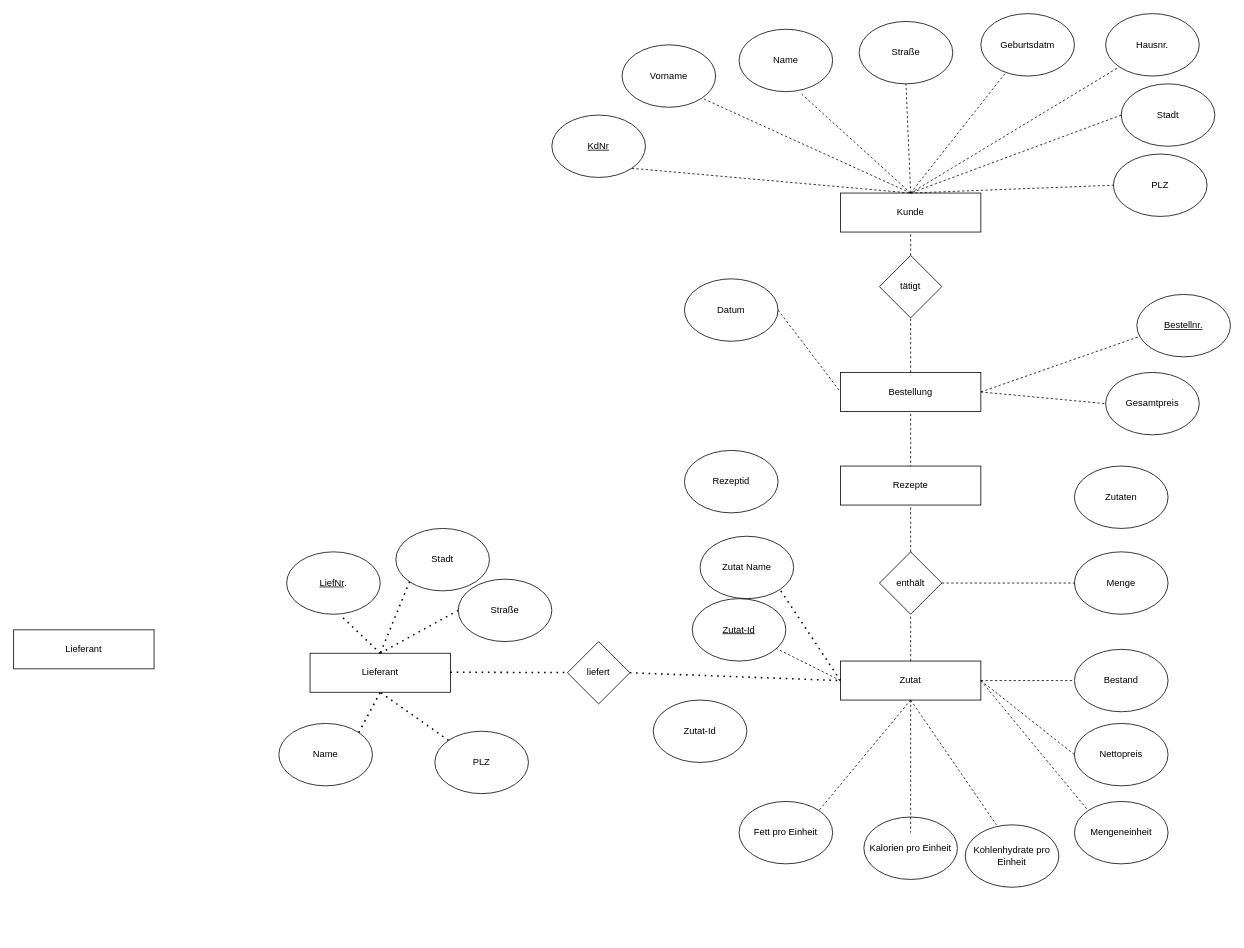
Earlier version of the draw.io diagram Untitled Diagram.drawio (AlassaneBenjamin/Alassane). Source tidied: cells renumbered, new cells numbered last; positions are measured from the earlier drawing's top-left corner, leaving out a move shared by most shapes. Both pictures are drawn from the tidied source at 78%, with x=0, y=0 at pixel (13, 13).
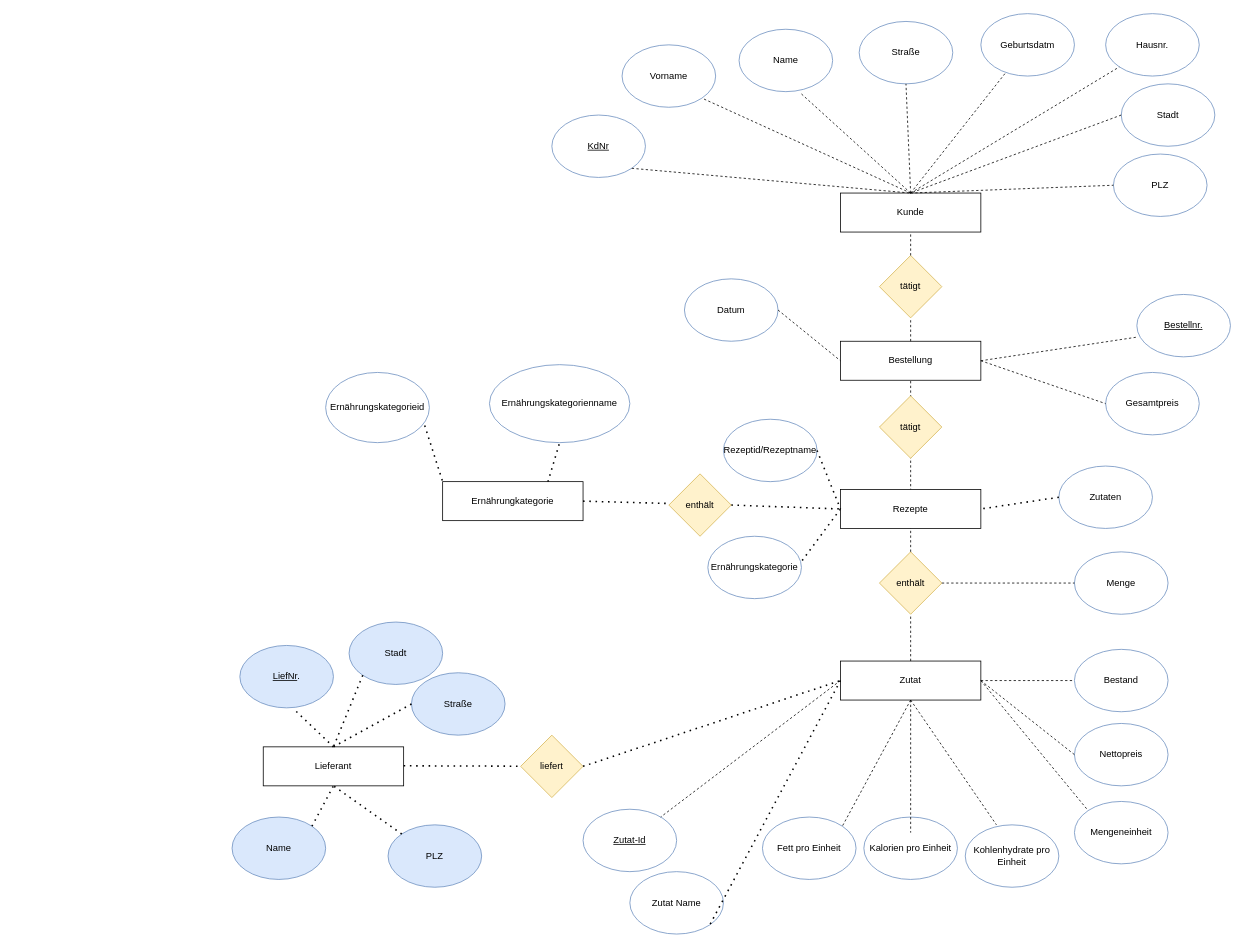
Above is the later version.

What changed in the source:
```diff
@@
-    <mxCell id="3" value="&lt;u&gt;KdNr&lt;/u&gt;" style="ellipse;whiteSpace=wrap;html=1;" parent="1" vertex="1">
+    <mxCell id="3" value="&lt;u&gt;KdNr&lt;/u&gt;" style="ellipse;whiteSpace=wrap;html=1;fillColor=none;strokeColor=#6c8ebf;" parent="1" vertex="1">
       <mxGeometry x="690" y="130" width="120" height="80" as="geometry" />
     </mxCell>
@@
-    <mxCell id="5" value="Vorname" style="ellipse;whiteSpace=wrap;html=1;" parent="1" vertex="1">
+    <mxCell id="5" value="Vorname" style="ellipse;whiteSpace=wrap;html=1;fillColor=none;strokeColor=#6c8ebf;" parent="1" vertex="1">
       <mxGeometry x="780" y="40" width="120" height="80" as="geometry" />
     </mxCell>
-    <mxCell id="6" value="Name" style="ellipse;whiteSpace=wrap;html=1;" parent="1" vertex="1">
+    <mxCell id="6" value="Name" style="ellipse;whiteSpace=wrap;html=1;fillColor=none;strokeColor=#6c8ebf;" parent="1" vertex="1">
       <mxGeometry x="930" y="20" width="120" height="80" as="geometry" />
     </mxCell>
-    <mxCell id="7" value="Straße" style="ellipse;whiteSpace=wrap;html=1;" parent="1" vertex="1">
+    <mxCell id="7" value="Straße" style="ellipse;whiteSpace=wrap;html=1;fillColor=none;strokeColor=#6c8ebf;" parent="1" vertex="1">
       <mxGeometry x="1084" y="10" width="120" height="80" as="geometry" />
     </mxCell>
-    <mxCell id="8" value="Geburtsdatm" style="ellipse;whiteSpace=wrap;html=1;" parent="1" vertex="1">
+    <mxCell id="8" value="Geburtsdatm" style="ellipse;whiteSpace=wrap;html=1;fillColor=none;strokeColor=#6c8ebf;" parent="1" vertex="1">
       <mxGeometry x="1240" width="120" height="80" as="geometry" />
     </mxCell>
-    <mxCell id="9" value="Hausnr." style="ellipse;whiteSpace=wrap;html=1;" parent="1" vertex="1">
+    <mxCell id="9" value="Hausnr." style="ellipse;whiteSpace=wrap;html=1;fillColor=none;strokeColor=#6c8ebf;" parent="1" vertex="1">
       <mxGeometry x="1400" width="120" height="80" as="geometry" />
     </mxCell>
-    <mxCell id="10" value="PLZ" style="ellipse;whiteSpace=wrap;html=1;" parent="1" vertex="1">
+    <mxCell id="10" value="PLZ" style="ellipse;whiteSpace=wrap;html=1;fillColor=none;strokeColor=#6c8ebf;" parent="1" vertex="1">
       <mxGeometry x="1410" y="180" width="120" height="80" as="geometry" />
     </mxCell>
-    <mxCell id="11" value="Stadt" style="ellipse;whiteSpace=wrap;html=1;" parent="1" vertex="1">
+    <mxCell id="11" value="Stadt" style="ellipse;whiteSpace=wrap;html=1;fillColor=none;strokeColor=#6c8ebf;" parent="1" vertex="1">
       <mxGeometry x="1420" y="90" width="120" height="80" as="geometry" />
     </mxCell>
@@
-    <mxCell id="19" value="tätigt" style="rhombus;whiteSpace=wrap;html=1;" parent="1" vertex="1">
+    <mxCell id="19" value="tätigt" style="rhombus;whiteSpace=wrap;html=1;fillColor=#fff2cc;strokeColor=#d6b656;" parent="1" vertex="1">
       <mxGeometry x="1110" y="310" width="80" height="80" as="geometry" />
     </mxCell>
@@
     <mxCell id="21" value="Bestellung" style="rounded=0;whiteSpace=wrap;html=1;" parent="1" vertex="1">
-      <mxGeometry x="1060" y="460" width="180" height="50" as="geometry" />
+      <mxGeometry x="1060" y="420" width="180" height="50" as="geometry" />
     </mxCell>
-    <mxCell id="22" value="Gesamtpreis" style="ellipse;whiteSpace=wrap;html=1;" parent="1" vertex="1">
+    <mxCell id="22" value="Gesamtpreis" style="ellipse;whiteSpace=wrap;html=1;fillColor=none;strokeColor=#6c8ebf;" parent="1" vertex="1">
       <mxGeometry x="1400" y="460" width="120" height="80" as="geometry" />
     </mxCell>
-    <mxCell id="23" value="&lt;u&gt;Bestellnr.&lt;/u&gt;" style="ellipse;whiteSpace=wrap;html=1;" parent="1" vertex="1">
+    <mxCell id="23" value="&lt;u&gt;Bestellnr.&lt;/u&gt;" style="ellipse;whiteSpace=wrap;html=1;fillColor=none;strokeColor=#6c8ebf;" parent="1" vertex="1">
       <mxGeometry x="1440" y="360" width="120" height="80" as="geometry" />
     </mxCell>
-    <mxCell id="24" value="Datum" style="ellipse;whiteSpace=wrap;html=1;" parent="1" vertex="1">
+    <mxCell id="24" value="Datum" style="ellipse;whiteSpace=wrap;html=1;fillColor=none;strokeColor=#6c8ebf;" parent="1" vertex="1">
       <mxGeometry x="860" y="340" width="120" height="80" as="geometry" />
     </mxCell>
@@
-    <mxCell id="29" value="enthält" style="rhombus;whiteSpace=wrap;html=1;" parent="1" vertex="1">
+    <mxCell id="29" value="enthält" style="rhombus;whiteSpace=wrap;html=1;fillColor=#fff2cc;strokeColor=#d6b656;" parent="1" vertex="1">
       <mxGeometry x="1110" y="690" width="80" height="80" as="geometry" />
     </mxCell>
-    <mxCell id="30" value="Menge" style="ellipse;whiteSpace=wrap;html=1;" parent="1" vertex="1">
+    <mxCell id="30" value="Menge" style="ellipse;whiteSpace=wrap;html=1;fillColor=none;strokeColor=#6c8ebf;" parent="1" vertex="1">
       <mxGeometry x="1360" y="690" width="120" height="80" as="geometry" />
     </mxCell>
@@
-    <mxCell id="35" value="Bestand" style="ellipse;whiteSpace=wrap;html=1;" parent="1" vertex="1">
+    <mxCell id="35" value="Bestand" style="ellipse;whiteSpace=wrap;html=1;fillColor=none;strokeColor=#6c8ebf;" parent="1" vertex="1">
       <mxGeometry x="1360" y="815" width="120" height="80" as="geometry" />
     </mxCell>
-    <mxCell id="36" value="Nettopreis" style="ellipse;whiteSpace=wrap;html=1;" parent="1" vertex="1">
+    <mxCell id="36" value="Nettopreis" style="ellipse;whiteSpace=wrap;html=1;fillColor=none;strokeColor=#6c8ebf;" parent="1" vertex="1">
       <mxGeometry x="1360" y="910" width="120" height="80" as="geometry" />
     </mxCell>
-    <mxCell id="37" value="Mengeneinheit" style="ellipse;whiteSpace=wrap;html=1;" parent="1" vertex="1">
+    <mxCell id="37" value="Mengeneinheit" style="ellipse;whiteSpace=wrap;html=1;fillColor=none;strokeColor=#6c8ebf;" parent="1" vertex="1">
       <mxGeometry x="1360" y="1010" width="120" height="80" as="geometry" />
     </mxCell>
-    <mxCell id="38" value="Kohlenhydrate pro Einheit" style="ellipse;whiteSpace=wrap;html=1;" parent="1" vertex="1">
+    <mxCell id="38" value="Kohlenhydrate pro Einheit" style="ellipse;whiteSpace=wrap;html=1;fillColor=none;strokeColor=#6c8ebf;" parent="1" vertex="1">
       <mxGeometry x="1220" y="1040" width="120" height="80" as="geometry" />
     </mxCell>
-    <mxCell id="39" value="Kalorien pro Einheit" style="ellipse;whiteSpace=wrap;html=1;" parent="1" vertex="1">
+    <mxCell id="39" value="Kalorien pro Einheit" style="ellipse;whiteSpace=wrap;html=1;fillColor=none;strokeColor=#6c8ebf;" parent="1" vertex="1">
       <mxGeometry x="1090" y="1030" width="120" height="80" as="geometry" />
     </mxCell>
-    <mxCell id="40" value="Fett pro Einheit" style="ellipse;whiteSpace=wrap;html=1;" parent="1" vertex="1">
-      <mxGeometry x="930" y="1010" width="120" height="80" as="geometry" />
+    <mxCell id="40" value="Fett pro Einheit" style="ellipse;whiteSpace=wrap;html=1;fillColor=none;strokeColor=#6c8ebf;" parent="1" vertex="1">
+      <mxGeometry x="960" y="1030" width="120" height="80" as="geometry" />
     </mxCell>
-    <mxCell id="41" value="Zutat Name" style="ellipse;whiteSpace=wrap;html=1;" parent="1" vertex="1">
-      <mxGeometry x="880" y="670" width="120" height="80" as="geometry" />
+    <mxCell id="41" value="Zutat Name" style="ellipse;whiteSpace=wrap;html=1;fillColor=none;strokeColor=#6c8ebf;" parent="1" vertex="1">
+      <mxGeometry x="790" y="1100" width="120" height="80" as="geometry" />
     </mxCell>
-    <mxCell id="42" value="&lt;u&gt;Zutat-Id&lt;/u&gt;" style="ellipse;whiteSpace=wrap;html=1;" parent="1" vertex="1">
-      <mxGeometry x="870" y="750" width="120" height="80" as="geometry" />
+    <mxCell id="42" value="&lt;u&gt;Zutat-Id&lt;/u&gt;" style="ellipse;whiteSpace=wrap;html=1;fillColor=none;strokeColor=#6c8ebf;" parent="1" vertex="1">
+      <mxGeometry x="730" y="1020" width="120" height="80" as="geometry" />
     </mxCell>
@@
     <mxCell id="51" value="Lieferant" style="rounded=0;whiteSpace=wrap;html=1;" parent="1" vertex="1">
-      <mxGeometry x="380" y="820" width="180" height="50" as="geometry" />
+      <mxGeometry x="320" y="940" width="180" height="50" as="geometry" />
     </mxCell>
-    <mxCell id="52" value="&lt;u&gt;LiefNr&lt;/u&gt;." style="ellipse;whiteSpace=wrap;html=1;" parent="1" vertex="1">
-      <mxGeometry x="350" y="690" width="120" height="80" as="geometry" />
+    <mxCell id="52" value="&lt;u&gt;LiefNr&lt;/u&gt;." style="ellipse;whiteSpace=wrap;html=1;fillColor=#dae8fc;strokeColor=#6c8ebf;" parent="1" vertex="1">
+      <mxGeometry x="290" y="810" width="120" height="80" as="geometry" />
     </mxCell>
-    <mxCell id="53" value="Name" style="ellipse;whiteSpace=wrap;html=1;" parent="1" vertex="1">
-      <mxGeometry x="340" y="910" width="120" height="80" as="geometry" />
+    <mxCell id="53" value="Name" style="ellipse;whiteSpace=wrap;html=1;fillColor=#dae8fc;strokeColor=#6c8ebf;" parent="1" vertex="1">
+      <mxGeometry x="280" y="1030" width="120" height="80" as="geometry" />
     </mxCell>
-    <mxCell id="54" value="PLZ" style="ellipse;whiteSpace=wrap;html=1;" parent="1" vertex="1">
-      <mxGeometry x="540" y="920" width="120" height="80" as="geometry" />
+    <mxCell id="54" value="PLZ" style="ellipse;whiteSpace=wrap;html=1;fillColor=#dae8fc;strokeColor=#6c8ebf;" parent="1" vertex="1">
+      <mxGeometry x="480" y="1040" width="120" height="80" as="geometry" />
     </mxCell>
-    <mxCell id="55" value="Zutat-Id" style="ellipse;whiteSpace=wrap;html=1;" parent="1" vertex="1">
-      <mxGeometry x="820" y="880" width="120" height="80" as="geometry" />
-    </mxCell>
-    <mxCell id="56" value="Straße" style="ellipse;whiteSpace=wrap;html=1;" parent="1" vertex="1">
-      <mxGeometry x="570" y="725" width="120" height="80" as="geometry" />
+    <mxCell id="56" value="Straße" style="ellipse;whiteSpace=wrap;html=1;fillColor=#dae8fc;strokeColor=#6c8ebf;" parent="1" vertex="1">
+      <mxGeometry x="510" y="845" width="120" height="80" as="geometry" />
     </mxCell>
-    <mxCell id="57" value="Stadt" style="ellipse;whiteSpace=wrap;html=1;" parent="1" vertex="1">
-      <mxGeometry x="490" y="660" width="120" height="80" as="geometry" />
+    <mxCell id="57" value="Stadt" style="ellipse;whiteSpace=wrap;html=1;fillColor=#dae8fc;strokeColor=#6c8ebf;" parent="1" vertex="1">
+      <mxGeometry x="430" y="780" width="120" height="80" as="geometry" />
     </mxCell>
-    <mxCell id="58" value="liefert" style="rhombus;whiteSpace=wrap;html=1;" parent="1" vertex="1">
-      <mxGeometry x="710" y="805" width="80" height="80" as="geometry" />
+    <mxCell id="58" value="liefert" style="rhombus;whiteSpace=wrap;html=1;fillColor=#fff2cc;strokeColor=#d6b656;" parent="1" vertex="1">
+      <mxGeometry x="650" y="925" width="80" height="80" as="geometry" />
     </mxCell>
@@
     <mxCell id="60" style="endArrow=none;dashed=1;html=1;dashPattern=1 3;strokeWidth=2;rounded=0;exitX=1;exitY=0.5;exitDx=0;exitDy=0;" parent="1" edge="1">
       <mxGeometry relative="1" as="geometry">
-        <mxPoint x="560" y="844.3" as="sourcePoint" />
-        <mxPoint x="710" y="844.8" as="targetPoint" />
+        <mxPoint x="500" y="964.3" as="sourcePoint" />
+        <mxPoint x="650" y="964.8" as="targetPoint" />
       </mxGeometry>
     </mxCell>
@@
     <mxCell id="65" style="endArrow=none;dashed=1;html=1;dashPattern=1 3;strokeWidth=2;rounded=0;exitX=1;exitY=0;exitDx=0;exitDy=0;" parent="1" edge="1" source="53">
       <mxGeometry relative="1" as="geometry">
-        <mxPoint x="470" y="870" as="targetPoint" />
+        <mxPoint x="410" y="990" as="targetPoint" />
       </mxGeometry>
     </mxCell>
-    <mxCell id="66" value="Lieferant" style="rounded=0;whiteSpace=wrap;html=1;" parent="1" vertex="1">
-      <mxGeometry y="790" width="180" height="50" as="geometry" />
-    </mxCell>
     <mxCell id="67" value="Rezepte" style="rounded=0;whiteSpace=wrap;html=1;" parent="1" vertex="1">
-      <mxGeometry x="1060" y="580" width="180" height="50" as="geometry" />
+      <mxGeometry x="1060" y="610" width="180" height="50" as="geometry" />
     </mxCell>
-    <mxCell id="68" value="Zutaten" style="ellipse;whiteSpace=wrap;html=1;" parent="1" vertex="1">
-      <mxGeometry x="1360" y="580" width="120" height="80" as="geometry" />
+    <mxCell id="68" value="Zutaten" style="ellipse;whiteSpace=wrap;html=1;fillColor=none;strokeColor=#6c8ebf;" parent="1" vertex="1">
+      <mxGeometry x="1340" y="580" width="120" height="80" as="geometry" />
     </mxCell>
-    <mxCell id="69" value="Rezeptid" style="ellipse;whiteSpace=wrap;html=1;" parent="1" vertex="1">
-      <mxGeometry x="860" y="560" width="120" height="80" as="geometry" />
+    <mxCell id="69" value="Rezeptid/Rezeptname" style="ellipse;whiteSpace=wrap;html=1;fillColor=none;strokeColor=#6c8ebf;" parent="1" vertex="1">
+      <mxGeometry x="910" y="520" width="120" height="80" as="geometry" />
     </mxCell>
+    <mxCell id="70" value="tätigt" style="rhombus;whiteSpace=wrap;html=1;fillColor=#fff2cc;strokeColor=#d6b656;" parent="1" vertex="1">
+      <mxGeometry x="1110" y="490" width="80" height="80" as="geometry" />
+    </mxCell>
+    <mxCell id="71" value="Ernährungskategorie" style="ellipse;whiteSpace=wrap;html=1;fillColor=none;strokeColor=#6c8ebf;" parent="1" vertex="1">
+      <mxGeometry x="890" y="670" width="120" height="80" as="geometry" />
+    </mxCell>
+    <mxCell id="72" value="Ernährungkategorie" style="rounded=0;whiteSpace=wrap;html=1;" parent="1" vertex="1">
+      <mxGeometry x="550" y="600" width="180" height="50" as="geometry" />
+    </mxCell>
+    <mxCell id="73" value="Ernährungskategorieid" style="ellipse;whiteSpace=wrap;html=1;fillColor=none;strokeColor=#6c8ebf;" parent="1" vertex="1">
+      <mxGeometry x="400" y="460" width="133" height="90" as="geometry" />
+    </mxCell>
+    <mxCell id="74" style="endArrow=none;dashed=1;html=1;dashPattern=1 3;strokeWidth=2;rounded=0;entryX=0;entryY=0.5;entryDx=0;entryDy=0;exitX=1.008;exitY=0.388;exitDx=0;exitDy=0;exitPerimeter=0;" parent="1" edge="1" source="71" target="67">
+      <mxGeometry relative="1" as="geometry" />
+    </mxCell>
+    <mxCell id="75" style="endArrow=none;dashed=1;html=1;dashPattern=1 3;strokeWidth=2;rounded=0;entryX=0;entryY=0.5;entryDx=0;entryDy=0;exitX=1;exitY=0.5;exitDx=0;exitDy=0;" parent="1" edge="1" source="69" target="67">
+      <mxGeometry relative="1" as="geometry" />
+    </mxCell>
+    <mxCell id="76" style="endArrow=none;dashed=1;html=1;dashPattern=1 3;strokeWidth=2;rounded=0;entryX=1;entryY=0.5;entryDx=0;entryDy=0;exitX=0;exitY=0.5;exitDx=0;exitDy=0;" parent="1" edge="1" source="68" target="67">
+      <mxGeometry relative="1" as="geometry" />
+    </mxCell>
+    <mxCell id="77" style="endArrow=none;dashed=1;html=1;dashPattern=1 3;strokeWidth=2;rounded=0;entryX=0;entryY=0.5;entryDx=0;entryDy=0;exitX=1;exitY=0.5;exitDx=0;exitDy=0;" parent="1" edge="1" source="78" target="67">
+      <mxGeometry relative="1" as="geometry" />
+    </mxCell>
+    <mxCell id="78" value="enthält" style="rhombus;whiteSpace=wrap;html=1;fillColor=#fff2cc;strokeColor=#d6b656;" parent="1" vertex="1">
+      <mxGeometry x="840" y="590" width="80" height="80" as="geometry" />
+    </mxCell>
+    <mxCell id="79" style="endArrow=none;dashed=1;html=1;dashPattern=1 3;strokeWidth=2;rounded=0;exitX=1;exitY=0.5;exitDx=0;exitDy=0;" parent="1" edge="1" source="72">
+      <mxGeometry relative="1" as="geometry">
+        <mxPoint x="840" y="628" as="targetPoint" />
+      </mxGeometry>
+    </mxCell>
+    <mxCell id="80" style="endArrow=none;dashed=1;html=1;dashPattern=1 3;strokeWidth=2;rounded=0;exitX=0.955;exitY=0.756;exitDx=0;exitDy=0;exitPerimeter=0;entryX=0;entryY=0;entryDx=0;entryDy=0;" parent="1" edge="1" source="73" target="72">
+      <mxGeometry relative="1" as="geometry" />
+    </mxCell>
+    <mxCell id="81" value="Ernährungskategorienname" style="ellipse;whiteSpace=wrap;html=1;fillColor=none;strokeColor=#6c8ebf;" parent="1" vertex="1">
+      <mxGeometry x="610" y="450" width="180" height="100" as="geometry" />
+    </mxCell>
+    <mxCell id="82" style="endArrow=none;dashed=1;html=1;dashPattern=1 3;strokeWidth=2;rounded=0;exitX=0.75;exitY=0;exitDx=0;exitDy=0;entryX=0.5;entryY=1;entryDx=0;entryDy=0;" parent="1" edge="1" source="72" target="81">
+      <mxGeometry relative="1" as="geometry" />
+    </mxCell>
```
